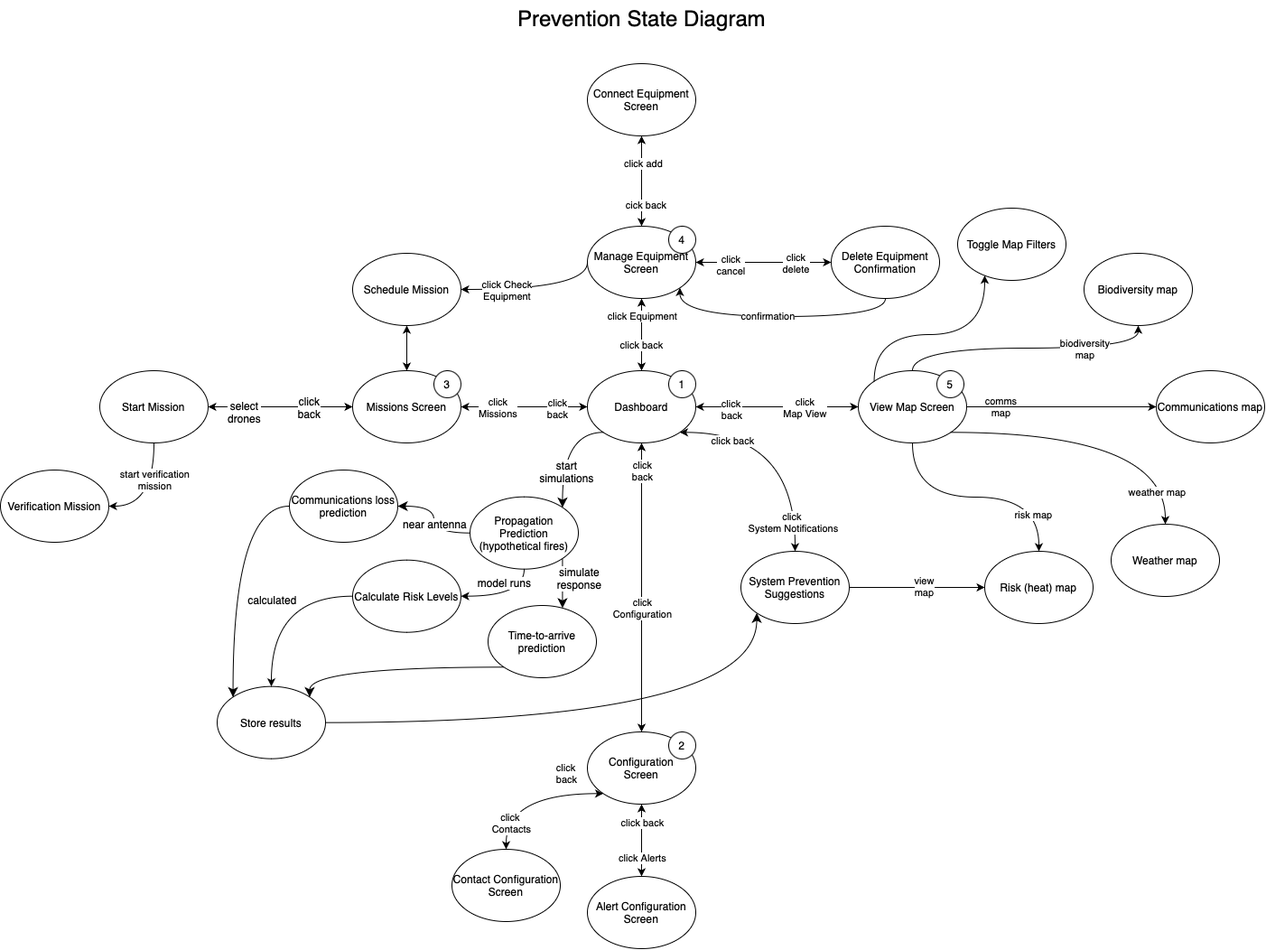
Above: StateDiagrams/Prevention.drawio.png in Fire-Prevention/fire-prevention (draw.io), before the change. Source tidied: cells renumbered, new cells last; positions are measured from the earlier drawing's top-left corner, leaving out a move shared by most shapes.
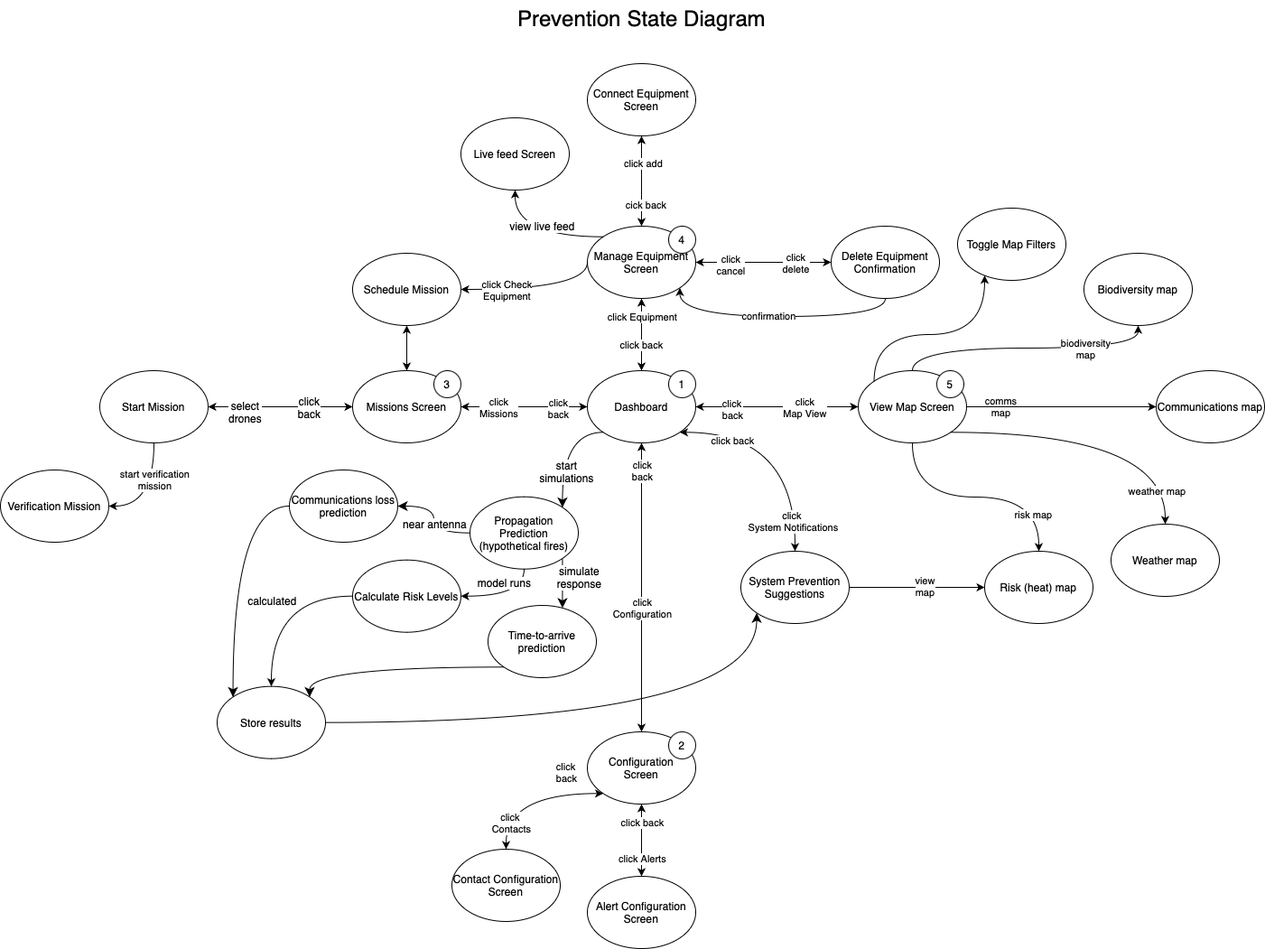
Later version of the same file.

What changed in the source:
```diff
@@ -379,5 +379,16 @@
     <mxCell id="100" value="Time-to-arrive prediction" style="ellipse;whiteSpace=wrap;html=1;fontSize=12;" parent="1" vertex="1">
       <mxGeometry x="540" y="670" width="120" height="80" as="geometry" />
     </mxCell>
+    <mxCell id="101" style="edgeStyle=orthogonalEdgeStyle;curved=1;rounded=0;jettySize=auto;html=1;exitX=0;exitY=0;exitDx=0;exitDy=0;fontSize=29;startArrow=none;startFill=0;" parent="1" edge="1" source="38" target="103">
+      <mxGeometry relative="1" as="geometry" />
+    </mxCell>
+    <mxCell id="102" value="view live feed" style="edgeLabel;html=1;align=center;verticalAlign=middle;fontSize=12;" parent="101" vertex="1">
+      <mxGeometry x="0.3" y="1" relative="1" as="geometry">
+        <mxPoint x="29" y="-13" as="offset" />
+      </mxGeometry>
+    </mxCell>
+    <mxCell id="103" value="Live feed Screen" style="ellipse;whiteSpace=wrap;html=1;fontSize=12;" parent="1" vertex="1">
+      <mxGeometry x="510" y="130" width="120" height="80" as="geometry" />
+    </mxCell>
   </root>
 </mxGraphModel>
```
